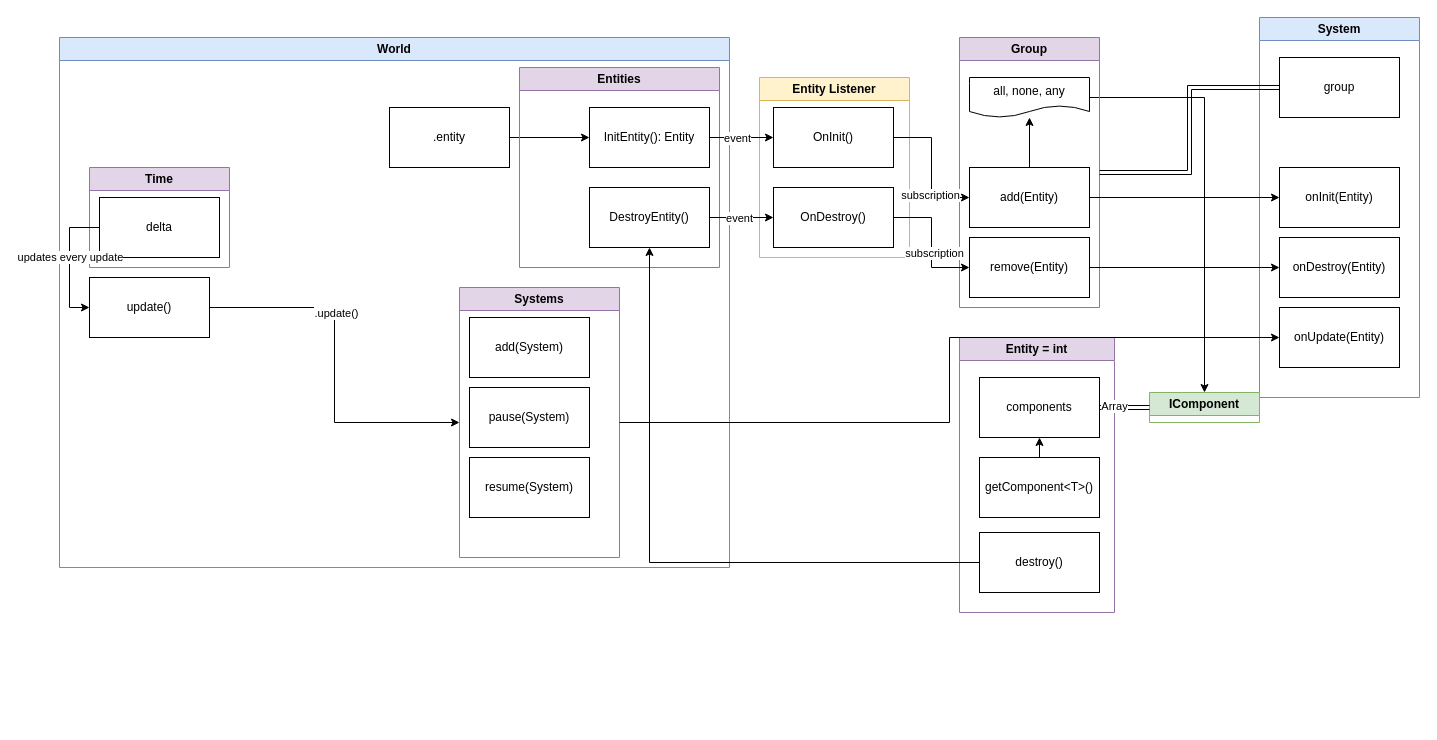
Above: architecture.drawio in LargonG/kote-engine (draw.io), before the change. Source tidied: cells renumbered, new cells numbered last; positions are measured from the earlier drawing's top-left corner, leaving out a move shared by most shapes. Both pictures are drawn from the tidied source at 100%, with x=0, y=0 at pixel (59, 17).
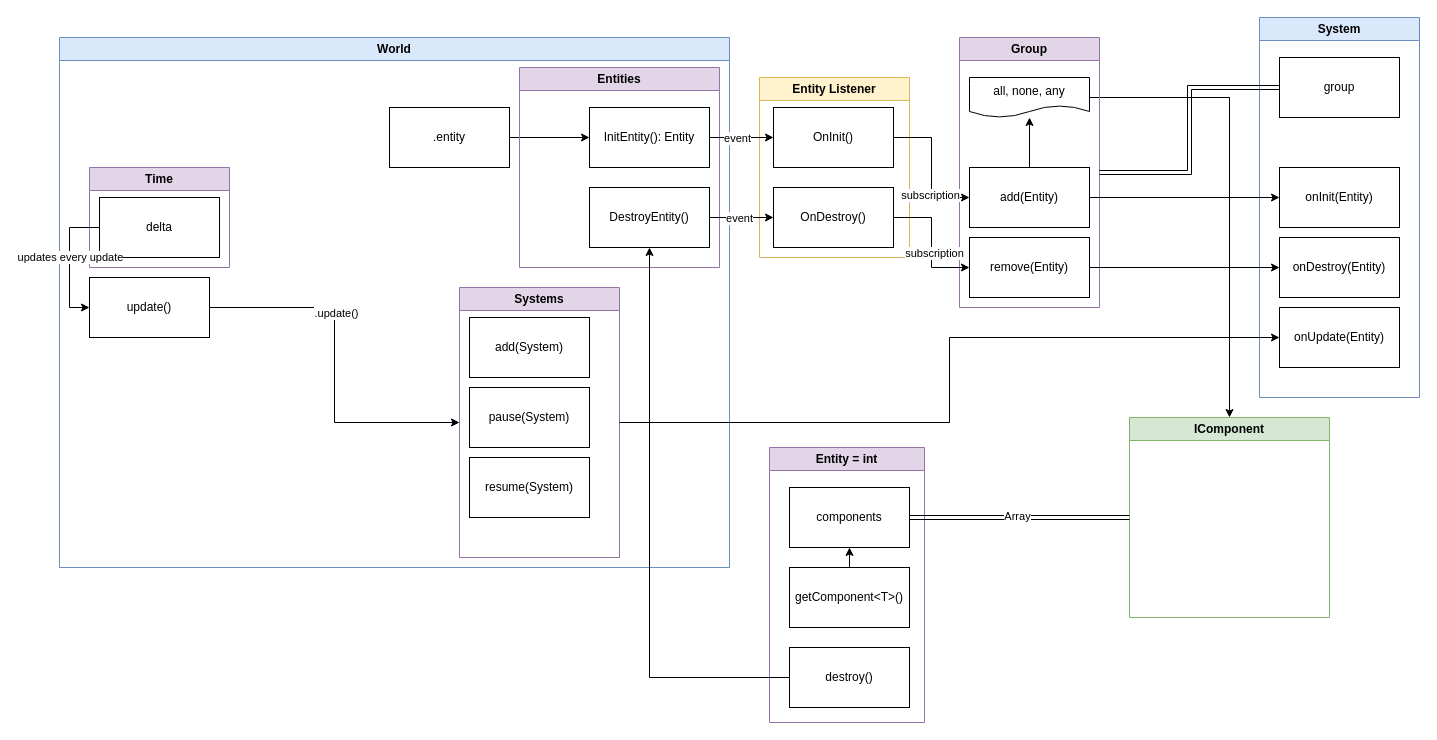
After the change.

The change refers to these unchanged cells:
```xml
<mxCell id="9" value="DestroyEntity()" style="whiteSpace=wrap;html=1;" parent="8" vertex="1">
  <mxGeometry x="70" y="120" width="120" height="60" as="geometry" />
</mxCell>
```

Diff of the diagram source:
```diff
@@
     <mxCell id="31" value="Entity = int" style="swimlane;whiteSpace=wrap;html=1;startSize=23;fillColor=#e1d5e7;strokeColor=#9673a6;" parent="1" vertex="1">
-      <mxGeometry x="900" y="320" width="155" height="275" as="geometry" />
+      <mxGeometry x="710" y="430" width="155" height="275" as="geometry" />
     </mxCell>
@@
     <mxCell id="35" value="destroy()" style="whiteSpace=wrap;html=1;" parent="31" vertex="1">
-      <mxGeometry x="20" y="195" width="120" height="60" as="geometry" />
+      <mxGeometry x="20" y="200" width="120" height="60" as="geometry" />
     </mxCell>
-    <mxCell id="36" value="IComponent" style="swimlane;whiteSpace=wrap;html=1;fillColor=#d5e8d4;strokeColor=#82b366;" parent="1" vertex="1" collapsed="1">
-      <mxGeometry x="1090" y="375" width="110" height="30" as="geometry" />
+    <mxCell id="36" value="IComponent" style="swimlane;whiteSpace=wrap;html=1;fillColor=#d5e8d4;strokeColor=#82b366;" parent="1" vertex="1">
+      <mxGeometry x="1070" y="400" width="200" height="200" as="geometry" />
     </mxCell>
@@
-    <mxCell id="40" style="rounded=0;jettySize=auto;html=1;entryX=0.5;entryY=1;entryDx=0;entryDy=0;edgeStyle=orthogonalEdgeStyle;" parent="1" edge="1" source="35" target="9">
-      <mxGeometry relative="1" as="geometry" />
-    </mxCell>
@@
+    <mxCell id="40" style="edgeStyle=orthogonalEdgeStyle;rounded=0;jettySize=auto;html=1;entryX=0.5;entryY=1;entryDx=0;entryDy=0;" parent="1" edge="1" source="35" target="9">
+      <mxGeometry relative="1" as="geometry" />
+    </mxCell>
```
